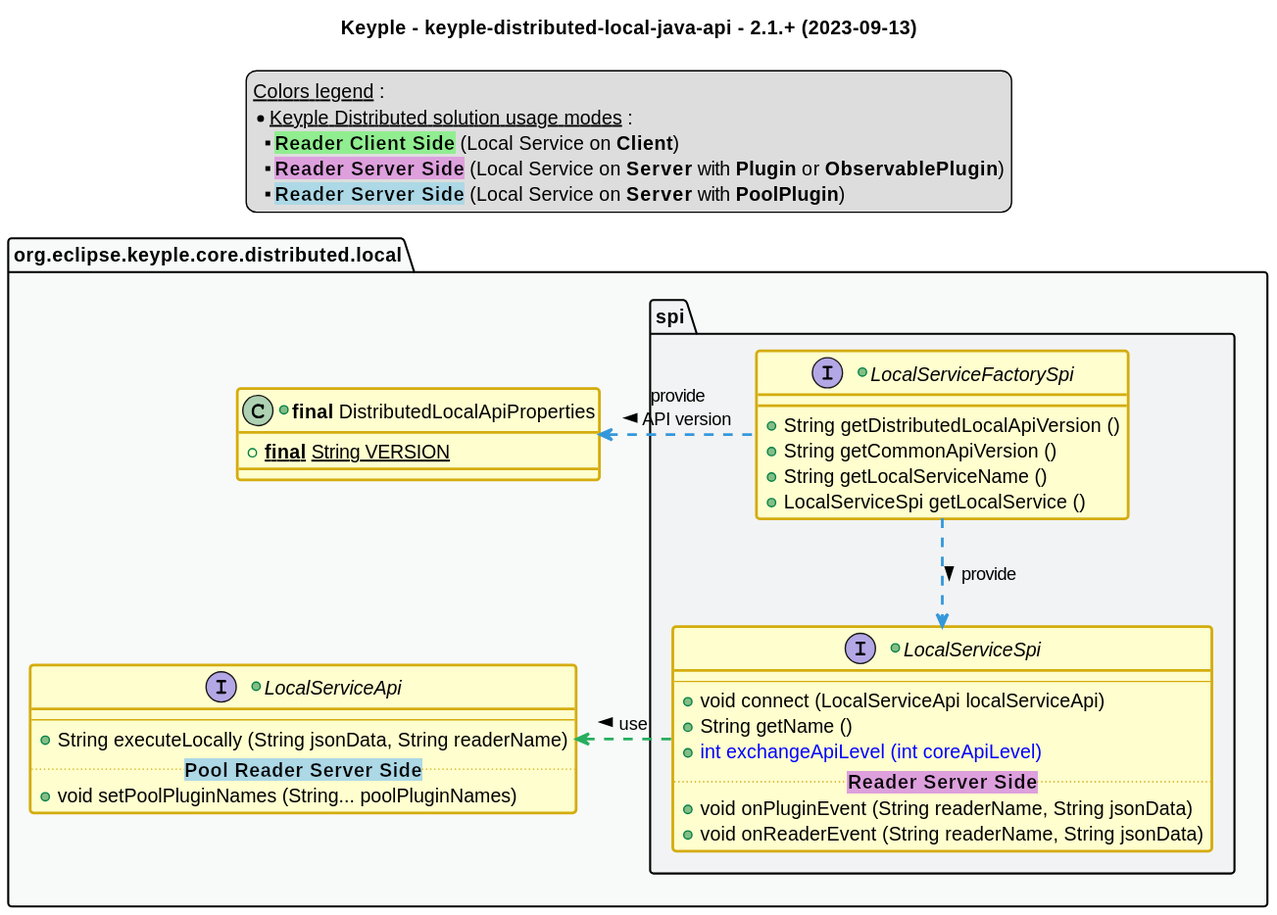
eclipse-keyple/keyple-distributed-local-java-api keeps this PlantUML diagram as src/main/uml/api_class_diagram.svg. Above is the earlier version.
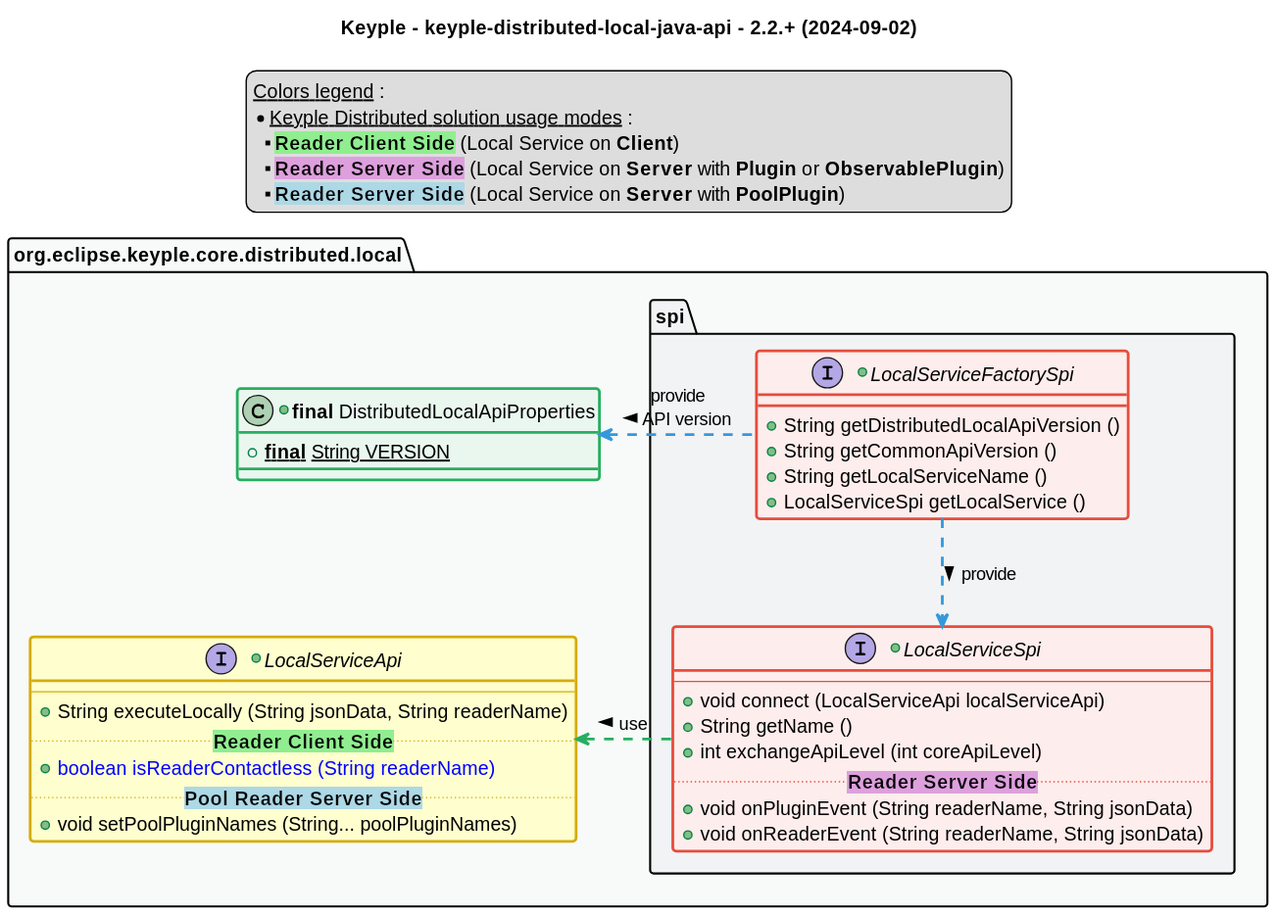
Above is the later version.

Commit message:
feat: optimize Distributed solution with "isContactless" flag (#8)

What changed in the source:
```diff
@@ -1,6 +1,6 @@
 @startuml
 title
-    Keyple - keyple-distributed-local-java-api - 2.1.+ (2023-09-13)
+    Keyple - keyple-distributed-local-java-api - 2.2.+ (2024-09-02)
 end title
 
 
@@ -49,27 +49,29 @@
 end legend
 
 package "org.eclipse.keyple.core.distributed.local" as api {
-    +class "**final** DistributedLocalApiProperties" as ApiProperties {
+    +class "**final** DistributedLocalApiProperties" as ApiProperties <<green>> {
         +{static} **final** String VERSION
     }
     +interface LocalServiceApi {
         --
         +String executeLocally (String jsonData, String readerName)
+        .. <back:lightGreen>**Reader Client Side**</back> ..
+        +<color:blue>boolean isReaderContactless (String readerName)
         .. <back:lightBlue>**Pool Reader Server Side**</back> ..
         +void setPoolPluginNames (String... poolPluginNames)
     }
     package spi {
-        +interface LocalServiceFactorySpi {
+        +interface LocalServiceFactorySpi <<red>> {
             +String getDistributedLocalApiVersion ()
             +String getCommonApiVersion ()
             +String getLocalServiceName ()
             +LocalServiceSpi getLocalService ()
         }
-        +interface LocalServiceSpi {
+        +interface LocalServiceSpi <<red>> {
             --
             +void connect (LocalServiceApi localServiceApi)
             +String getName ()
-            +<color:blue>int exchangeApiLevel (int coreApiLevel)
+            +int exchangeApiLevel (int coreApiLevel)
             .. <back:plum>**Reader Server Side**</back> ..
             +void onPluginEvent (String readerName, String jsonData)
             +void onReaderEvent (String readerName, String jsonData)
```
